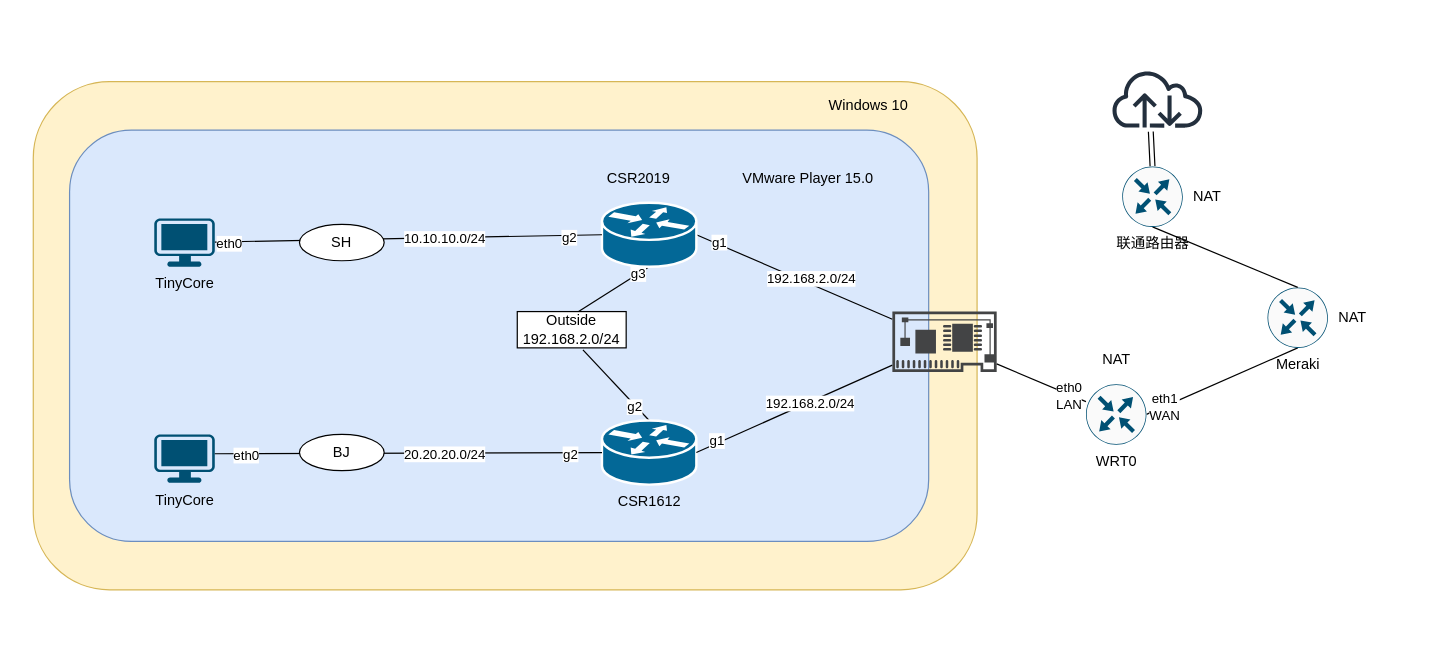
Above: homelab-1.drawio in itbj/2017-images (draw.io), before the change. Source tidied: cells renumbered, new cells numbered last; positions are measured from the earlier drawing's top-left corner, leaving out a move shared by most shapes. Both pictures are drawn from the tidied source at 121%, with x=0, y=0 at pixel (33, 69).
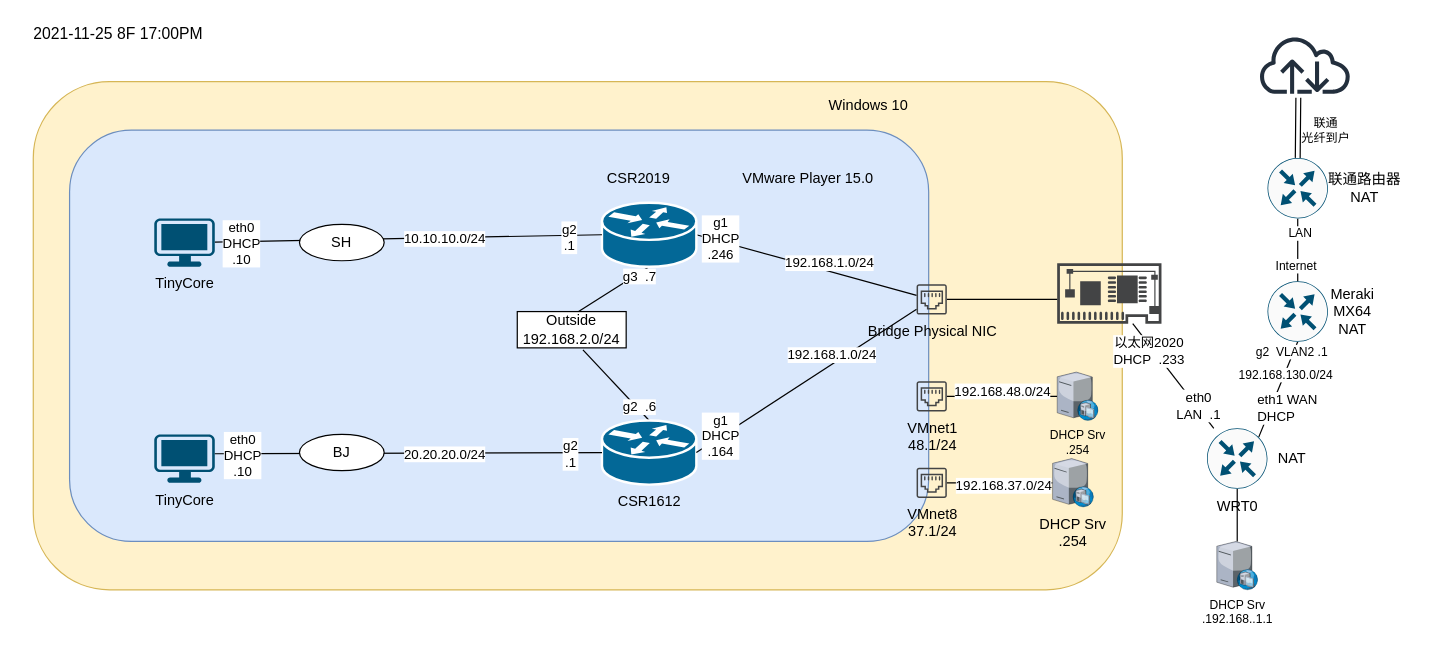
Above is the later version.

Unchanged cells that the change refers to:
```xml
<mxCell id="7" style="rounded=0;jettySize=auto;html=1;exitX=0.5;exitY=1;exitDx=0;exitDy=0;exitPerimeter=0;entryX=0.563;entryY=0;entryDx=0;entryDy=0;entryPerimeter=0;endArrow=none;endFill=0;" parent="1" edge="1" source="9" target="16">
  <mxGeometry relative="1" as="geometry" />
</mxCell>
<mxCell id="9" style="shape=mxgraph.cisco.routers.router;sketch=0;html=1;dashed=0;fillColor=#036897;strokeColor=#ffffff;strokeWidth=2;verticalLabelPosition=bottom;verticalAlign=top;align=center;outlineConnect=0;" parent="1" vertex="1">
  <mxGeometry x="470" y="110" width="78" height="53" as="geometry" />
</mxCell>
<mxCell id="10" style="edgeStyle=none;rounded=0;jettySize=auto;html=1;exitX=0.5;exitY=0;exitDx=0;exitDy=0;exitPerimeter=0;entryX=0.603;entryY=1.053;entryDx=0;entryDy=0;entryPerimeter=0;endArrow=none;endFill=0;" parent="1" edge="1" source="12" target="16">
  <mxGeometry relative="1" as="geometry" />
</mxCell>
<mxCell id="12" value="CSR1612" style="shape=mxgraph.cisco.routers.router;sketch=0;html=1;dashed=0;fillColor=#036897;strokeColor=#ffffff;strokeWidth=2;verticalLabelPosition=bottom;verticalAlign=top;align=center;outlineConnect=0;" parent="1" vertex="1">
  <mxGeometry x="470" y="290" width="78" height="53" as="geometry" />
</mxCell>
<mxCell id="17" style="edgeStyle=none;rounded=0;jettySize=auto;html=1;entryX=0;entryY=0.5;entryDx=0;entryDy=0;entryPerimeter=0;endArrow=none;endFill=0;" parent="1" edge="1" source="21" target="9">
  <mxGeometry relative="1" as="geometry" />
</mxCell>
<mxCell id="24" style="edgeStyle=none;rounded=0;jettySize=auto;html=1;entryX=0;entryY=0.5;entryDx=0;entryDy=0;entryPerimeter=0;endArrow=none;endFill=0;exitX=1;exitY=0.4;exitDx=0;exitDy=0;exitPerimeter=0;" parent="1" edge="1" source="23" target="12">
  <mxGeometry relative="1" as="geometry" />
</mxCell>
<mxCell id="35" style="edgeStyle=none;rounded=0;jettySize=auto;html=1;exitX=0.5;exitY=1;exitDx=0;exitDy=0;exitPerimeter=0;entryX=0.5;entryY=0;entryDx=0;entryDy=0;entryPerimeter=0;endArrow=none;endFill=0;" parent="1" edge="1" source="36" target="33">
  <mxGeometry relative="1" as="geometry" />
</mxCell>
<mxCell id="38" style="edgeStyle=none;rounded=0;jettySize=auto;html=1;endArrow=none;endFill=0;" parent="1" edge="1" source="40" target="30">
  <mxGeometry relative="1" as="geometry" />
</mxCell>
```

Change to the diagram source:
```diff
@@
     <mxCell id="2" style="rounded=1;whiteSpace=wrap;html=1;fillColor=#fff2cc;strokeColor=#d6b656;" parent="1" vertex="1">
-      <mxGeometry y="10" width="780" height="420" as="geometry" />
+      <mxGeometry y="10" width="900" height="420" as="geometry" />
     </mxCell>
@@
-    <mxCell id="4" style="edgeStyle=none;rounded=0;jettySize=auto;html=1;exitX=1;exitY=0.5;exitDx=0;exitDy=0;exitPerimeter=0;endArrow=none;endFill=0;" parent="1" edge="1" source="9" target="30">
+    <mxCell id="4" style="edgeStyle=none;rounded=0;jettySize=auto;html=1;exitX=1;exitY=0.5;exitDx=0;exitDy=0;exitPerimeter=0;endArrow=none;endFill=0;" parent="1" edge="1" source="9" target="58">
       <mxGeometry relative="1" as="geometry" />
     </mxCell>
-    <mxCell id="5" value="g1" style="edgeLabel;html=1;align=center;verticalAlign=middle;" parent="4" vertex="1">
+    <mxCell id="5" value="g1&lt;br&gt;DHCP&lt;br&gt;.246" style="edgeLabel;html=1;align=center;verticalAlign=middle;" parent="4" vertex="1">
       <mxGeometry x="-0.79" y="2" relative="1" as="geometry" />
     </mxCell>
-    <mxCell id="6" value="192.168.2.0/24" style="edgeLabel;html=1;align=center;verticalAlign=middle;" parent="4" vertex="1">
+    <mxCell id="6" value="192.168.1.0/24" style="edgeLabel;html=1;align=center;verticalAlign=middle;" parent="4" vertex="1">
       <mxGeometry x="0.74" relative="1" as="geometry">
-        <mxPoint x="-47" y="-25" as="offset" />
+        <mxPoint x="-49" y="-20" as="offset" />
       </mxGeometry>
     </mxCell>
@@
-    <mxCell id="8" value="g3" style="edgeLabel;html=1;align=center;verticalAlign=middle;" parent="7" vertex="1">
-      <mxGeometry x="-0.67" y="-1" relative="1" as="geometry" />
+    <mxCell id="8" value="g3&amp;nbsp; .7" style="edgeLabel;html=1;align=center;verticalAlign=middle;" parent="7" vertex="1">
+      <mxGeometry x="-0.67" y="-1" relative="1" as="geometry">
+        <mxPoint x="1" y="2" as="offset" />
+      </mxGeometry>
     </mxCell>
@@
-    <mxCell id="11" value="g2" style="edgeLabel;html=1;align=center;verticalAlign=middle;" parent="10" vertex="1">
-      <mxGeometry x="-0.58" y="1" relative="1" as="geometry" />
+    <mxCell id="11" value="g2&amp;nbsp; .6" style="edgeLabel;html=1;align=center;verticalAlign=middle;" parent="10" vertex="1">
+      <mxGeometry x="-0.58" y="1" relative="1" as="geometry">
+        <mxPoint x="4" as="offset" />
+      </mxGeometry>
     </mxCell>
@@
-    <mxCell id="13" style="edgeStyle=none;rounded=0;jettySize=auto;html=1;exitX=1;exitY=0.5;exitDx=0;exitDy=0;exitPerimeter=0;endArrow=none;endFill=0;" parent="1" edge="1" source="12" target="30">
+    <mxCell id="13" style="edgeStyle=none;rounded=0;jettySize=auto;html=1;exitX=1;exitY=0.5;exitDx=0;exitDy=0;exitPerimeter=0;endArrow=none;endFill=0;" parent="1" edge="1" source="12" target="58">
       <mxGeometry relative="1" as="geometry" />
     </mxCell>
-    <mxCell id="14" value="g1" style="edgeLabel;html=1;align=center;verticalAlign=middle;" parent="13" vertex="1">
-      <mxGeometry x="-0.79" y="2" relative="1" as="geometry" />
+    <mxCell id="14" value="g1&lt;br&gt;DHCP&lt;br&gt;.164" style="edgeLabel;html=1;align=center;verticalAlign=middle;" parent="13" vertex="1">
+      <mxGeometry x="-0.79" y="2" relative="1" as="geometry">
+        <mxPoint x="1" as="offset" />
+      </mxGeometry>
     </mxCell>
-    <mxCell id="15" value="192.168.2.0/24" style="edgeLabel;html=1;align=center;verticalAlign=middle;" parent="13" vertex="1">
+    <mxCell id="15" value="192.168.1.0/24" style="edgeLabel;html=1;align=center;verticalAlign=middle;" parent="13" vertex="1">
       <mxGeometry x="0.74" relative="1" as="geometry">
         <mxPoint x="-47" y="22" as="offset" />
       </mxGeometry>
     </mxCell>
@@
-    <mxCell id="18" value="g2" style="edgeLabel;html=1;align=center;verticalAlign=middle;" parent="17" vertex="1">
+    <mxCell id="18" value="g2&lt;br&gt;.1" style="edgeLabel;html=1;align=center;verticalAlign=middle;" parent="17" vertex="1">
       <mxGeometry x="0.83" y="-1" relative="1" as="geometry" />
     </mxCell>
@@
-    <mxCell id="20" value="eth0" style="edgeLabel;html=1;align=center;verticalAlign=middle;" parent="17" vertex="1">
-      <mxGeometry x="-0.93" y="-1" relative="1" as="geometry" />
+    <mxCell id="20" value="eth0&lt;br&gt;DHCP&lt;br&gt;.10" style="edgeLabel;html=1;align=center;verticalAlign=middle;" parent="17" vertex="1">
+      <mxGeometry x="-0.93" y="-1" relative="1" as="geometry">
+        <mxPoint x="10" as="offset" />
+      </mxGeometry>
     </mxCell>
@@
-    <mxCell id="25" value="g2" style="edgeLabel;html=1;align=center;verticalAlign=middle;" parent="24" vertex="1">
+    <mxCell id="25" value="g2&lt;br&gt;.1" style="edgeLabel;html=1;align=center;verticalAlign=middle;" parent="24" vertex="1">
       <mxGeometry x="0.83" y="-1" relative="1" as="geometry" />
     </mxCell>
@@
-    <mxCell id="27" value="eth0" style="edgeLabel;html=1;align=center;verticalAlign=middle;" parent="24" vertex="1">
+    <mxCell id="27" value="eth0&lt;br&gt;DHCP&lt;br&gt;.10" style="edgeLabel;html=1;align=center;verticalAlign=middle;" parent="24" vertex="1">
       <mxGeometry x="-0.93" y="-1" relative="1" as="geometry">
-        <mxPoint x="14" as="offset" />
+        <mxPoint x="11" as="offset" />
       </mxGeometry>
     </mxCell>
@@
     <mxCell id="30" style="sketch=0;shadow=0;dashed=0;html=1;strokeColor=none;fillColor=#434445;labelPosition=center;verticalLabelPosition=bottom;verticalAlign=top;align=center;outlineConnect=0;shape=mxgraph.vvd.physical_network_adapter;" parent="1" vertex="1">
-      <mxGeometry x="710" y="200" width="86.2" height="50" as="geometry" />
+      <mxGeometry x="846.2" y="160" width="86.2" height="50" as="geometry" />
     </mxCell>
-    <mxCell id="31" style="edgeStyle=none;rounded=0;jettySize=auto;html=1;exitX=0.5;exitY=1;exitDx=0;exitDy=0;exitPerimeter=0;entryX=1;entryY=0.5;entryDx=0;entryDy=0;entryPerimeter=0;endArrow=none;endFill=0;" parent="1" edge="1" source="33" target="40">
+    <mxCell id="31" style="edgeStyle=none;rounded=0;jettySize=auto;html=1;exitX=0.5;exitY=1;exitDx=0;exitDy=0;exitPerimeter=0;entryX=0.8555;entryY=0.145;entryDx=0;entryDy=0;entryPerimeter=0;endArrow=none;endFill=0;" parent="1" edge="1" source="33" target="40">
       <mxGeometry relative="1" as="geometry" />
     </mxCell>
-    <mxCell id="32" value="eth1&lt;br&gt;WAN" style="edgeLabel;html=1;align=center;verticalAlign=middle;" parent="31" vertex="1">
+    <mxCell id="32" value="&lt;div&gt;eth1 WAN&lt;/div&gt;DHCP" style="edgeLabel;html=1;align=left;verticalAlign=middle;" parent="31" vertex="1">
       <mxGeometry x="0.78" y="-1" relative="1" as="geometry">
-        <mxPoint x="2" as="offset" />
+        <mxPoint x="-5" y="-15" as="offset" />
       </mxGeometry>
     </mxCell>
+    <mxCell id="46" value="g2&amp;nbsp; VLAN2 .1" style="edgeLabel;html=1;align=center;verticalAlign=middle;fontSize=10;" parent="31" vertex="1">
+      <mxGeometry x="-0.79" y="-2" relative="1" as="geometry" />
+    </mxCell>
+    <mxCell id="47" value="192.168.130.0/24" style="edgeLabel;html=1;align=center;verticalAlign=middle;fontSize=10;" parent="31" vertex="1">
+      <mxGeometry x="-0.33" relative="1" as="geometry" />
+    </mxCell>
-    <mxCell id="33" value="Meraki" style="sketch=0;points=[[0.5,0,0],[1,0.5,0],[0.5,1,0],[0,0.5,0],[0.145,0.145,0],[0.8555,0.145,0],[0.855,0.8555,0],[0.145,0.855,0]];verticalLabelPosition=bottom;html=1;verticalAlign=top;align=center;shape=mxgraph.cisco19.rect;prIcon=router;fillColor=#FAFAFA;strokeColor=#005073;" parent="1" vertex="1">
-      <mxGeometry x="1020" y="180" width="50" height="50" as="geometry" />
+    <mxCell id="33" style="sketch=0;points=[[0.5,0,0],[1,0.5,0],[0.5,1,0],[0,0.5,0],[0.145,0.145,0],[0.8555,0.145,0],[0.855,0.8555,0],[0.145,0.855,0]];verticalLabelPosition=bottom;html=1;verticalAlign=top;align=center;shape=mxgraph.cisco19.rect;prIcon=router;fillColor=#FAFAFA;strokeColor=#005073;" parent="1" vertex="1">
+      <mxGeometry x="1020" y="175" width="50" height="50" as="geometry" />
     </mxCell>
@@
+    <mxCell id="48" value="Internet&amp;nbsp;" style="edgeLabel;html=1;align=center;verticalAlign=middle;fontSize=10;" parent="35" vertex="1">
+      <mxGeometry x="0.46" y="-1" relative="1" as="geometry" />
+    </mxCell>
+    <mxCell id="49" value="LAN" style="edgeLabel;html=1;align=center;verticalAlign=middle;fontSize=10;" parent="35" vertex="1">
+      <mxGeometry x="-0.58" y="1" relative="1" as="geometry" />
+    </mxCell>
-    <mxCell id="36" value="联通路由器" style="sketch=0;points=[[0.5,0,0],[1,0.5,0],[0.5,1,0],[0,0.5,0],[0.145,0.145,0],[0.8555,0.145,0],[0.855,0.8555,0],[0.145,0.855,0]];verticalLabelPosition=bottom;html=1;verticalAlign=top;align=center;shape=mxgraph.cisco19.rect;prIcon=router;fillColor=#FAFAFA;strokeColor=#005073;" parent="1" vertex="1">
-      <mxGeometry x="900" y="80" width="50" height="50" as="geometry" />
+    <mxCell id="36" style="sketch=0;points=[[0.5,0,0],[1,0.5,0],[0.5,1,0],[0,0.5,0],[0.145,0.145,0],[0.8555,0.145,0],[0.855,0.8555,0],[0.145,0.855,0]];verticalLabelPosition=bottom;html=1;verticalAlign=top;align=center;shape=mxgraph.cisco19.rect;prIcon=router;fillColor=#FAFAFA;strokeColor=#005073;" parent="1" vertex="1">
+      <mxGeometry x="1020" y="73" width="50" height="50" as="geometry" />
     </mxCell>
     <mxCell id="37" style="sketch=0;outlineConnect=0;fontColor=#232F3E;gradientColor=none;fillColor=#232F3D;strokeColor=none;dashed=0;verticalLabelPosition=bottom;verticalAlign=top;align=center;html=1;fontSize=12;fontStyle=0;shape=mxgraph.aws4.internet;" parent="1" vertex="1">
-      <mxGeometry x="890" width="78" height="48" as="geometry" />
+      <mxGeometry x="1011.9" y="-28" width="78" height="48" as="geometry" />
     </mxCell>
@@
-    <mxCell id="39" value="eth0&lt;br&gt;LAN" style="edgeLabel;html=1;align=center;verticalAlign=middle;" parent="38" vertex="1">
-      <mxGeometry x="-0.63" y="1" relative="1" as="geometry" />
+    <mxCell id="39" value="eth0&lt;br&gt;LAN&amp;nbsp; .1" style="edgeLabel;html=1;align=center;verticalAlign=middle;" parent="38" vertex="1">
+      <mxGeometry x="-0.63" y="1" relative="1" as="geometry">
+        <mxPoint y="-4" as="offset" />
+      </mxGeometry>
     </mxCell>
+    <mxCell id="50" value="以太网2020&lt;br&gt;DHCP&amp;nbsp; .233" style="edgeLabel;html=1;align=center;verticalAlign=middle;" parent="38" vertex="1">
+      <mxGeometry x="0.68" relative="1" as="geometry">
+        <mxPoint x="2" y="9" as="offset" />
+      </mxGeometry>
+    </mxCell>
+    <mxCell id="51" style="edgeStyle=none;rounded=0;jettySize=auto;html=1;fontSize=10;endArrow=none;endFill=0;" parent="1" edge="1" source="40" target="62">
+      <mxGeometry relative="1" as="geometry" />
+    </mxCell>
     <mxCell id="40" value="WRT0" style="sketch=0;points=[[0.5,0,0],[1,0.5,0],[0.5,1,0],[0,0.5,0],[0.145,0.145,0],[0.8555,0.145,0],[0.855,0.8555,0],[0.145,0.855,0]];verticalLabelPosition=bottom;html=1;verticalAlign=top;align=center;shape=mxgraph.cisco19.rect;prIcon=router;fillColor=#FAFAFA;strokeColor=#005073;" parent="1" vertex="1">
-      <mxGeometry x="870" y="260" width="50" height="50" as="geometry" />
+      <mxGeometry x="970" y="296.5" width="50" height="50" as="geometry" />
     </mxCell>
     <mxCell id="41" value="NAT" style="text;html=1;align=center;verticalAlign=middle;fillColor=none;strokeColor=none;rounded=0;" parent="1" vertex="1">
-      <mxGeometry x="875" y="230" width="40" height="20" as="geometry" />
+      <mxGeometry x="1020" y="311.5" width="40" height="20" as="geometry" />
     </mxCell>
-    <mxCell id="42" value="NAT" style="text;html=1;align=center;verticalAlign=middle;fillColor=none;strokeColor=none;rounded=0;" parent="1" vertex="1">
-      <mxGeometry x="1070" y="195" width="40" height="20" as="geometry" />
+    <mxCell id="42" value="Meraki &lt;br&gt;MX64&lt;br&gt;NAT" style="text;html=1;align=center;verticalAlign=middle;fillColor=none;strokeColor=none;rounded=0;" parent="1" vertex="1">
+      <mxGeometry x="1065" y="175" width="50" height="50" as="geometry" />
     </mxCell>
-    <mxCell id="43" value="NAT" style="text;html=1;align=center;verticalAlign=middle;fillColor=none;strokeColor=none;rounded=0;" parent="1" vertex="1">
-      <mxGeometry x="950" y="95" width="40" height="20" as="geometry" />
+    <mxCell id="43" value="联通路由器&lt;br&gt;NAT" style="text;html=1;align=center;verticalAlign=middle;fillColor=none;strokeColor=none;rounded=0;" parent="1" vertex="1">
+      <mxGeometry x="1060" y="83" width="80" height="30" as="geometry" />
     </mxCell>
@@
+    <mxCell id="52" style="edgeStyle=none;rounded=0;jettySize=auto;html=1;endArrow=none;endFill=0;" parent="1" edge="1" source="53" target="61">
+      <mxGeometry relative="1" as="geometry" />
+    </mxCell>
+    <mxCell id="53" value="VMnet1&lt;br&gt;48.1/24" style="sketch=0;shadow=0;dashed=0;html=1;strokeColor=none;fillColor=#434445;labelPosition=center;verticalLabelPosition=bottom;verticalAlign=top;align=center;outlineConnect=0;shape=mxgraph.vvd.ethernet_port;" parent="1" vertex="1">
+      <mxGeometry x="730" y="257.5" width="25" height="25" as="geometry" />
+    </mxCell>
+    <mxCell id="54" style="edgeStyle=none;rounded=0;jettySize=auto;html=1;endArrow=none;endFill=0;" parent="1" edge="1" source="56" target="59">
+      <mxGeometry relative="1" as="geometry" />
+    </mxCell>
+    <mxCell id="55" value="192.168.37.0/24" style="edgeLabel;html=1;align=center;verticalAlign=middle;" parent="54" vertex="1">
+      <mxGeometry x="0.34" relative="1" as="geometry">
+        <mxPoint x="-13" y="2" as="offset" />
+      </mxGeometry>
+    </mxCell>
+    <mxCell id="56" value="VMnet8&lt;br&gt;37.1/24" style="sketch=0;shadow=0;dashed=0;html=1;strokeColor=none;fillColor=#434445;labelPosition=center;verticalLabelPosition=bottom;verticalAlign=top;align=center;outlineConnect=0;shape=mxgraph.vvd.ethernet_port;" parent="1" vertex="1">
+      <mxGeometry x="730" y="329" width="25" height="25" as="geometry" />
+    </mxCell>
+    <mxCell id="57" style="edgeStyle=none;rounded=0;jettySize=auto;html=1;endArrow=none;endFill=0;" parent="1" edge="1" source="58">
+      <mxGeometry relative="1" as="geometry">
+        <mxPoint x="846.2" y="190" as="targetPoint" />
+      </mxGeometry>
+    </mxCell>
+    <mxCell id="58" value="Bridge Physical NIC" style="sketch=0;shadow=0;dashed=0;html=1;strokeColor=none;fillColor=#434445;labelPosition=center;verticalLabelPosition=bottom;verticalAlign=top;align=center;outlineConnect=0;shape=mxgraph.vvd.ethernet_port;" parent="1" vertex="1">
+      <mxGeometry x="730" y="177.5" width="25" height="25" as="geometry" />
+    </mxCell>
+    <mxCell id="59" value="DHCP Srv&lt;br&gt;.254" style="verticalLabelPosition=bottom;sketch=0;html=1;verticalAlign=top;strokeColor=none;align=center;outlineConnect=0;shape=mxgraph.citrix.dhcp_server;" parent="1" vertex="1">
+      <mxGeometry x="842.4" y="321.5" width="33.8" height="40" as="geometry" />
+    </mxCell>
+    <mxCell id="60" value="192.168.48.0/24" style="edgeLabel;html=1;align=center;verticalAlign=middle;" parent="1" vertex="1">
+      <mxGeometry x="800" y="354" as="geometry">
+        <mxPoint y="-89" as="offset" />
+      </mxGeometry>
+    </mxCell>
+    <mxCell id="61" value="DHCP Srv&lt;br style=&quot;font-size: 10px;&quot;&gt;.254" style="verticalLabelPosition=bottom;sketch=0;html=1;verticalAlign=top;strokeColor=none;align=center;outlineConnect=0;shape=mxgraph.citrix.dhcp_server;fontSize=10;" parent="1" vertex="1">
+      <mxGeometry x="846.2" y="250" width="33.8" height="40" as="geometry" />
+    </mxCell>
+    <mxCell id="62" value="DHCP Srv&lt;br style=&quot;font-size: 10px&quot;&gt;.192.168..1.1" style="verticalLabelPosition=bottom;sketch=0;html=1;verticalAlign=top;strokeColor=none;align=center;outlineConnect=0;shape=mxgraph.citrix.dhcp_server;fontSize=10;" parent="1" vertex="1">
+      <mxGeometry x="978.1" y="390" width="33.8" height="40" as="geometry" />
+    </mxCell>
+    <mxCell id="63" value="联通&lt;br&gt;光纤到户" style="text;html=1;align=center;verticalAlign=middle;fillColor=none;strokeColor=none;rounded=0;fontSize=10;" parent="1" vertex="1">
+      <mxGeometry x="1038" y="35" width="60" height="30" as="geometry" />
+    </mxCell>
+    <mxCell id="64" value="&lt;font style=&quot;font-size: 13px&quot;&gt;2021-11-25 8F 17:00PM&lt;/font&gt;" style="text;html=1;align=center;verticalAlign=middle;fillColor=none;strokeColor=none;rounded=0;fontSize=10;" parent="1" vertex="1">
+      <mxGeometry x="-10" y="-40" width="160" height="20" as="geometry" />
+    </mxCell>
```
